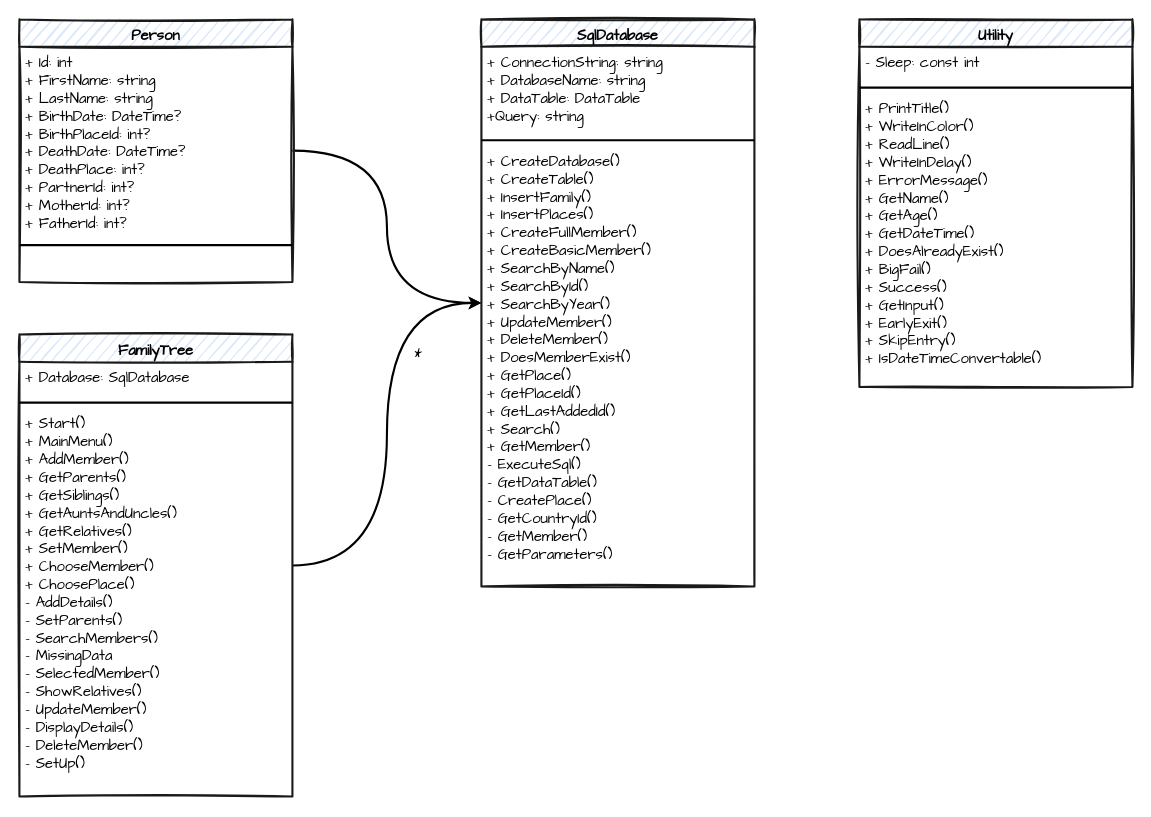
Earlier version of the draw.io diagram ClassDiagram.drawio (Daudi88/Genealogy). Source tidied: cells renumbered, new cells numbered last; positions are measured from the earlier drawing's top-left corner, leaving out a move shared by most shapes. Both pictures are drawn from the tidied source at 105%, with x=0, y=0 at pixel (19, 19).
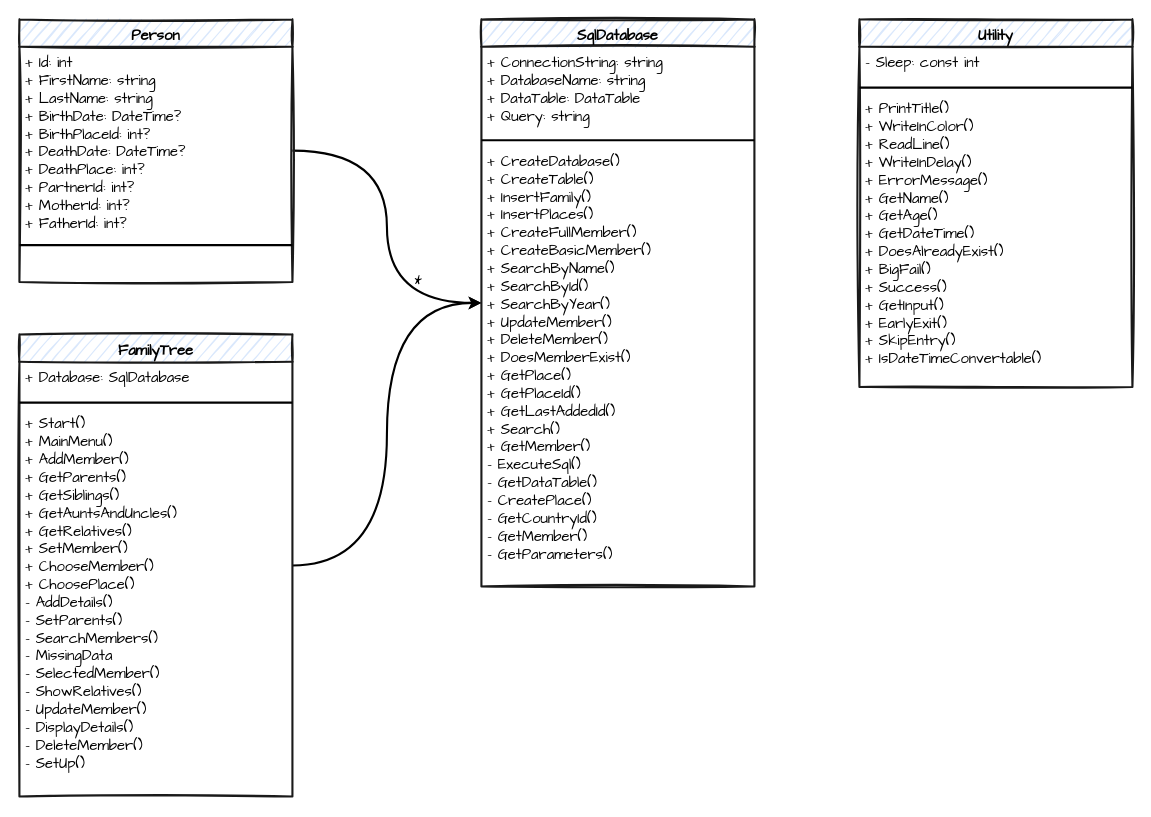
The same page after the edit.

Unchanged cells that the change refers to:
```xml
<mxCell id="7" value="SqlDatabase" style="swimlane;fontStyle=1;align=center;verticalAlign=top;horizontal=1;startSize=26;strokeWidth=2;fillColor=#dae8fc;strokeColor=#1A1A1A;rounded=0;sketch=1;fontFamily=Comic Sans MS;fontSize=14;" parent="1" vertex="1">
  <mxGeometry x="440" width="260" height="540" as="geometry" />
</mxCell>
```

The edit, as a diff of the source:
```diff
@@
-    <mxCell id="8" value="+ ConnectionString: string&#10;+ DatabaseName: string&#10;+ DataTable: DataTable&#10;+Query: string" style="text;strokeColor=none;fillColor=none;align=left;verticalAlign=top;spacingLeft=4;spacingRight=4;overflow=hidden;strokeWidth=2;fontFamily=Comic Sans MS;fontSize=14;" parent="7" vertex="1">
+    <mxCell id="8" value="+ ConnectionString: string&#10;+ DatabaseName: string&#10;+ DataTable: DataTable&#10;+ Query: string" style="text;strokeColor=none;fillColor=none;align=left;verticalAlign=top;spacingLeft=4;spacingRight=4;overflow=hidden;strokeWidth=2;fontFamily=Comic Sans MS;fontSize=14;" parent="7" vertex="1">
       <mxGeometry y="26" width="260" height="84" as="geometry" />
     </mxCell>
@@
     <mxCell id="16" value="*" style="text;html=1;strokeColor=none;fillColor=none;align=center;verticalAlign=middle;whiteSpace=wrap;rounded=0;strokeWidth=2;fontFamily=Comic Sans MS;fontSize=14;" parent="1" vertex="1">
-      <mxGeometry x="360" y="310" width="40" height="20" as="geometry" />
+      <mxGeometry x="360" y="240" width="40" height="20" as="geometry" />
     </mxCell>
```
